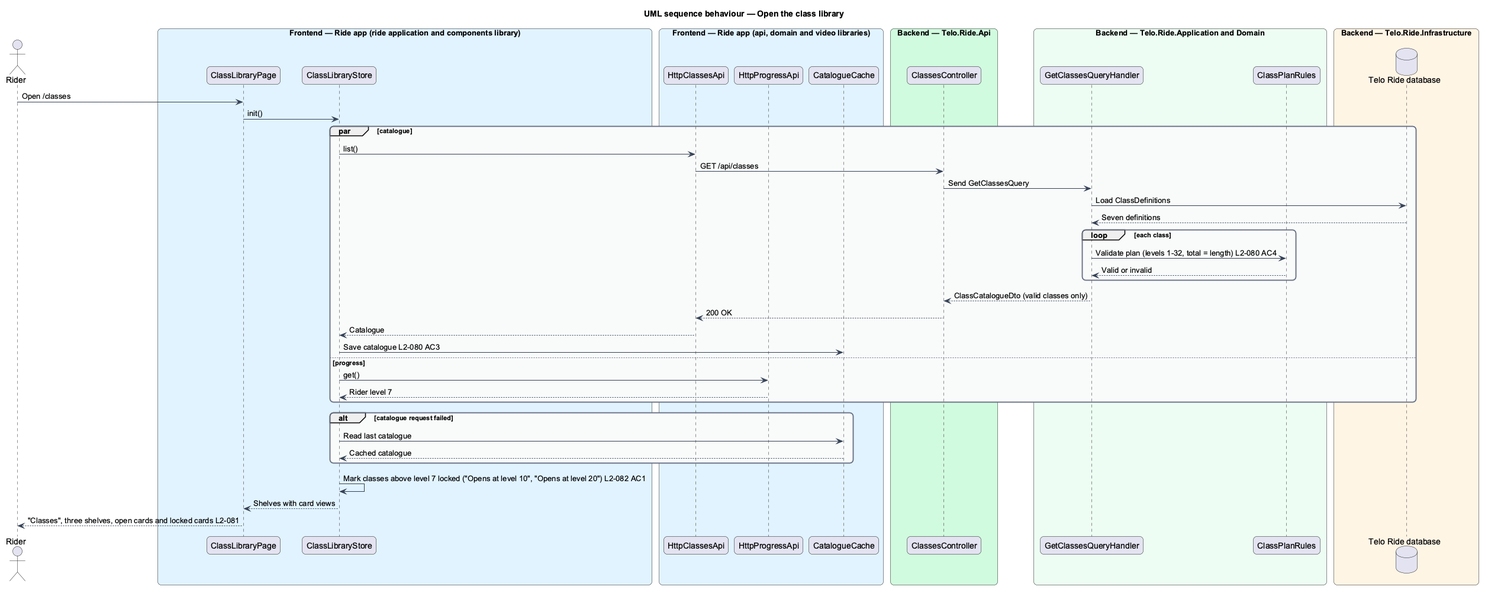
Before: docs/detailed-designs/classes/browse-the-class-library/diagrams/sequence-open-the-library.png, a diagram exported from PlantUML (QuinntyneBrown/ride-one).
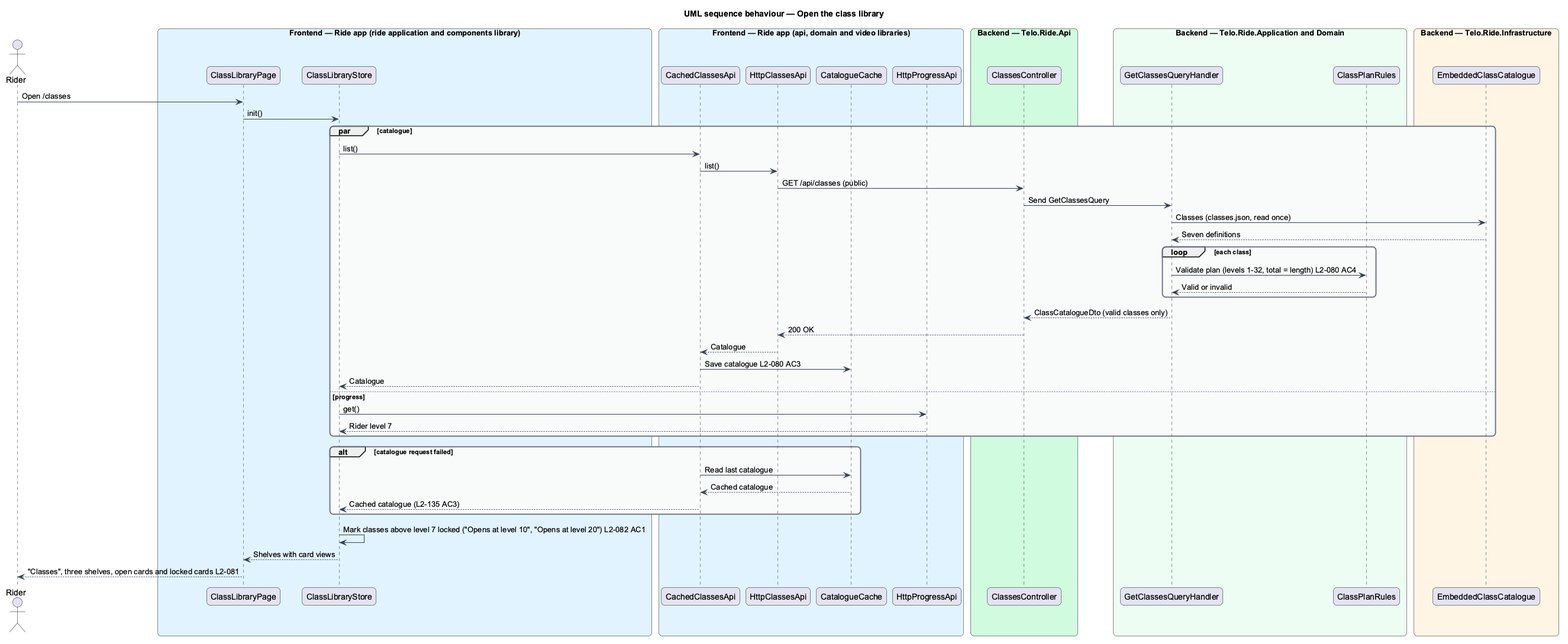
The same diagram one commit later.

Commit message:
Settle the class catalogue for slice 6.1

Change to the diagram source:
```diff
@@ -20,9 +20,10 @@
   participant "ClassLibraryStore" as store
 end box
 box "Frontend — Ride app (api, domain and video libraries)" #E0F2FE
+  participant "CachedClassesApi" as cached
   participant "HttpClassesApi" as capi
+  participant "CatalogueCache" as cache
   participant "HttpProgressApi" as papi
-  participant "CatalogueCache" as cache
 end box
 box "Backend — Telo.Ride.Api" #D1FADF
   participant "ClassesController" as ctrl
@@ -32,15 +33,16 @@
   participant "ClassPlanRules" as rules
 end box
 box "Backend — Telo.Ride.Infrastructure" #FFF4E5
-  database "Telo Ride database" as db
+  participant "EmbeddedClassCatalogue" as db
 end box
 rider -> page : Open /classes
 page -> store : init()
 par catalogue
-  store -> capi : list()
-  capi -> ctrl : GET /api/classes
+  store -> cached : list()
+  cached -> capi : list()
+  capi -> ctrl : GET /api/classes (public)
   ctrl -> handler : Send GetClassesQuery
-  handler -> db : Load ClassDefinitions
+  handler -> db : Classes (classes.json, read once)
   db --> handler : Seven definitions
   loop each class
     handler -> rules : Validate plan (levels 1-32, total = length) L2-080 AC4
@@ -48,15 +50,17 @@
   end
   handler --> ctrl : ClassCatalogueDto (valid classes only)
   ctrl --> capi : 200 OK
-  capi --> store : Catalogue
-  store -> cache : Save catalogue L2-080 AC3
+  capi --> cached : Catalogue
+  cached -> cache : Save catalogue L2-080 AC3
+  cached --> store : Catalogue
 else progress
   store -> papi : get()
   papi --> store : Rider level 7
 end
 alt catalogue request failed
-  store -> cache : Read last catalogue
-  cache --> store : Cached catalogue
+  cached -> cache : Read last catalogue
+  cache --> cached : Cached catalogue
+  cached --> store : Cached catalogue (L2-135 AC3)
 end
 store -> store : Mark classes above level 7 locked ("Opens at level 10", "Opens at level 20") L2-082 AC1
 store --> page : Shelves with card views
```
